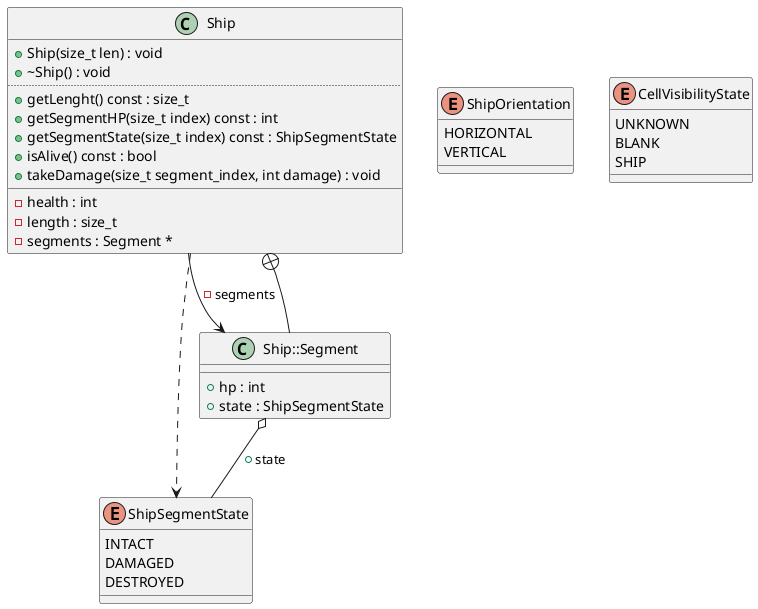
Earlier version of the PlantUML export diagrams/Ship.png (Rennelv/ships).
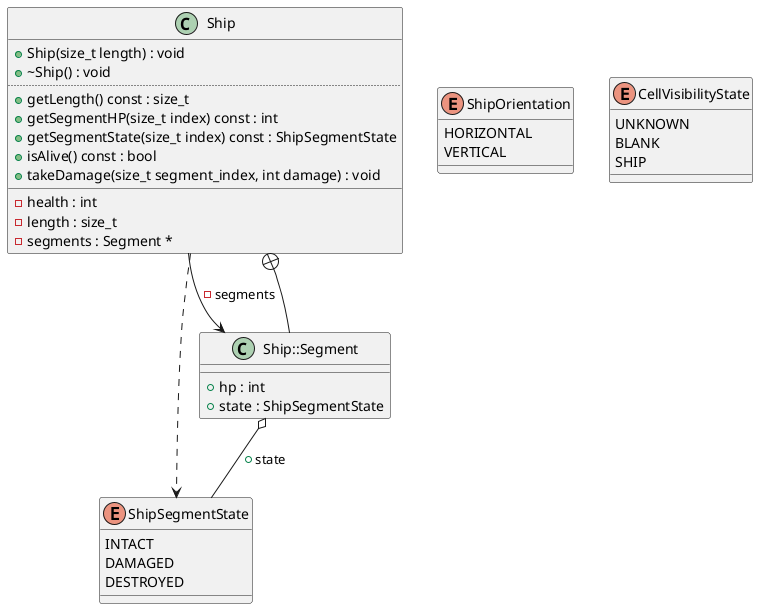
After the commit.

What changed in the source:
```diff
@@ -18,10 +18,10 @@
 }
 class "Ship" as C_0014529657433315016423
 class C_0014529657433315016423 {
-+Ship(size_t len) : void
++Ship(size_t length) : void
 +~Ship() : void
 ..
-+getLenght() const : size_t
++getLength() const : size_t
 +getSegmentHP(size_t index) const : int
 +getSegmentState(size_t index) const : ShipSegmentState
 +isAlive() const : bool
```
